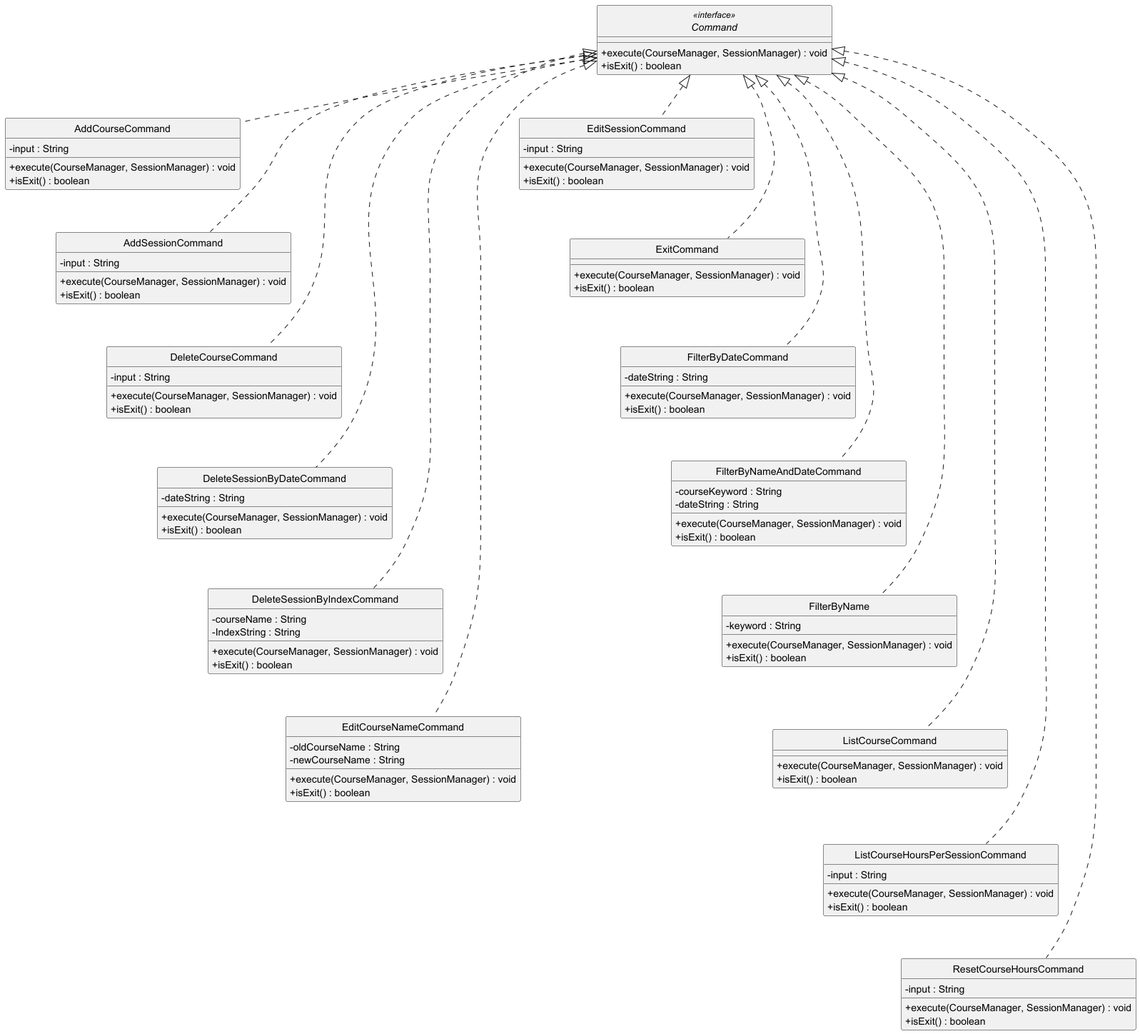
Before: docs/diagrams/CommandClassDiagram.png, a diagram exported from PlantUML (t-kandasami/tp).
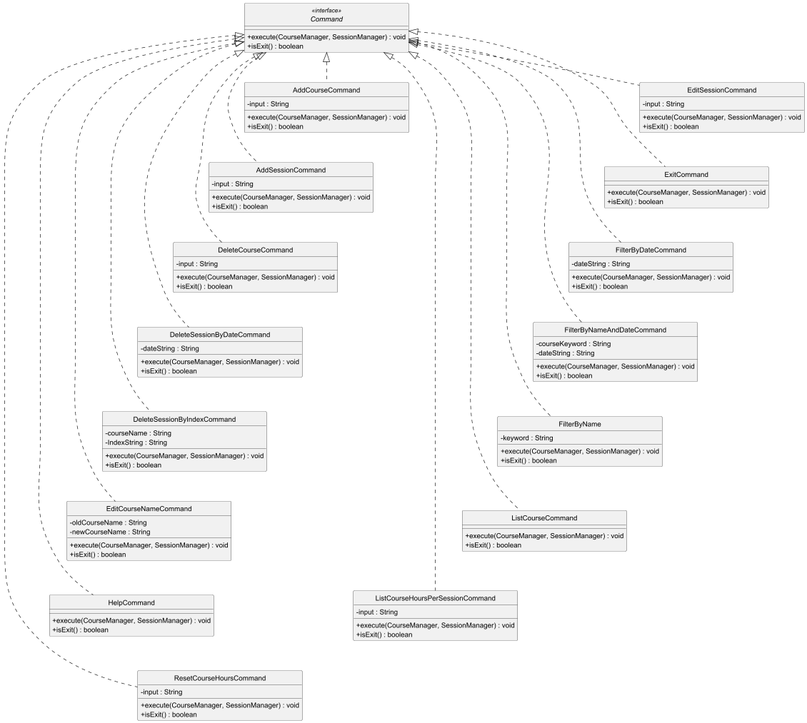
The same file after the commit.

What changed in the source:
```diff
@@ -92,12 +92,17 @@
     + isExit() : boolean
 }
 
+class HelpCommand {
+    + execute(CourseManager, SessionManager) : void
+    + isExit() : boolean
+}
+
 AddCourseCommand -[hidden]down- AddSessionCommand
 AddSessionCommand -[hidden]down- DeleteCourseCommand
 DeleteCourseCommand -[hidden]down- DeleteSessionByDateCommand
 DeleteSessionByDateCommand -[hidden]down- DeleteSessionByIndexCommand
 DeleteSessionByIndexCommand -[hidden]down- EditCourseNameCommand
-
+EditCourseNameCommand -[hidden]down- HelpCommand
 EditSessionCommand -[hidden]down- ExitCommand
 ExitCommand -[hidden]down- FilterByDateCommand
 FilterByDateCommand -[hidden]down- FilterByNameAndDateCommand
@@ -112,6 +117,7 @@
 DeleteSessionByDateCommand .up.|> Command
 DeleteSessionByIndexCommand .up.|> Command
 EditCourseNameCommand .up.|> Command
+HelpCommand .up.|> Command
 
 EditSessionCommand .up.|> Command
 ExitCommand .up.|> Command
```
